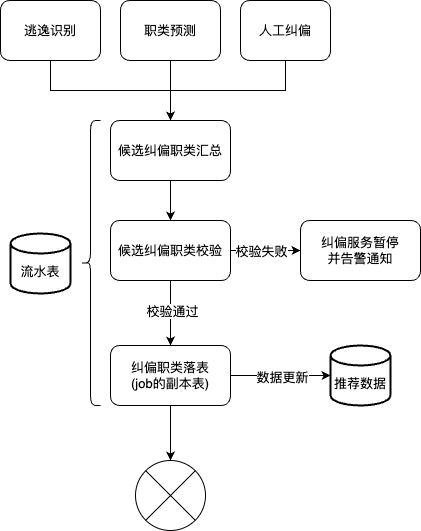
The draw.io diagram work-draw-file/职类纠偏.png in liujunao/draw-data, before a commit. Source tidied: cells renumbered, new cells last; positions are measured from the earlier drawing's top-left corner, leaving out a move shared by most shapes.
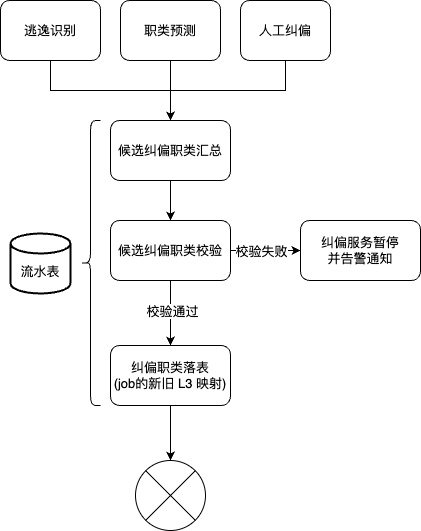
Above is the later version.

Commit message:
更新职类纠偏.png

Diff of the diagram source:
```diff
@@ -5,13 +5,7 @@
     <mxCell id="2" style="edgeStyle=orthogonalEdgeStyle;rounded=0;jettySize=auto;html=1;exitX=0.5;exitY=1;exitDx=0;exitDy=0;entryX=0.5;entryY=0;entryDx=0;entryDy=0;entryPerimeter=0;" parent="1" edge="1" source="5" target="22">
       <mxGeometry relative="1" as="geometry" />
     </mxCell>
-    <mxCell id="3" style="edgeStyle=orthogonalEdgeStyle;rounded=0;jettySize=auto;html=1;exitX=1;exitY=0.5;exitDx=0;exitDy=0;" parent="1" edge="1" source="5" target="23">
-      <mxGeometry relative="1" as="geometry" />
-    </mxCell>
-    <mxCell id="4" value="数据更新" style="edgeLabel;html=1;align=center;verticalAlign=middle;" parent="3" vertex="1">
-      <mxGeometry x="0.02" y="-1" relative="1" as="geometry" />
-    </mxCell>
-    <mxCell id="5" value="纠偏职类落表&lt;br&gt;(job的副本表)" style="rounded=1;whiteSpace=wrap;html=1;" parent="1" vertex="1">
+    <mxCell id="5" value="纠偏职类落表&lt;br&gt;(job的新旧 L3 映射)" style="rounded=1;whiteSpace=wrap;html=1;" parent="1" vertex="1">
       <mxGeometry x="110" y="345" width="120" height="60" as="geometry" />
     </mxCell>
     <mxCell id="6" style="edgeStyle=orthogonalEdgeStyle;rounded=0;jettySize=auto;html=1;exitX=0.5;exitY=1;exitDx=0;exitDy=0;" parent="1" edge="1" source="10" target="5">
@@ -67,8 +61,5 @@
     <mxCell id="22" style="verticalLabelPosition=bottom;verticalAlign=top;html=1;shape=mxgraph.flowchart.or;" parent="1" vertex="1">
       <mxGeometry x="135" y="460" width="70" height="70" as="geometry" />
     </mxCell>
-    <mxCell id="23" value="&lt;br&gt;推荐数据" style="strokeWidth=2;html=1;shape=mxgraph.flowchart.database;whiteSpace=wrap;" parent="1" vertex="1">
-      <mxGeometry x="330" y="345" width="60" height="60" as="geometry" />
-    </mxCell>
   </root>
 </mxGraphModel>
```
